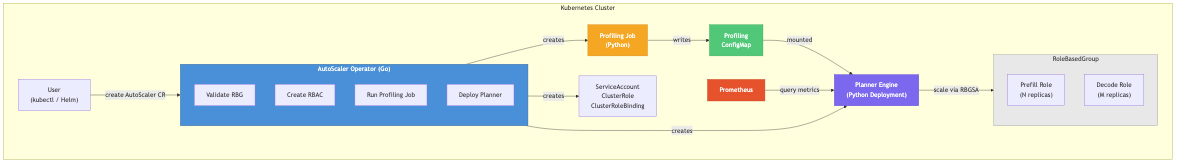
Before: docs/images/architecture.png, a diagram exported from Mermaid (rolebasedgroup/rbg-planner). Its source is kept beside it as docs/architecture.mmd. The source it was exported from:
```mermaid
graph TB
    subgraph Kubernetes Cluster
        User["User<br/>(kubectl / Helm)"] -->|"create AutoScaler CR"| Operator

        subgraph Operator["AutoScaler Operator (Go)"]
            Validate["Validate RBG"]
            RBAC["Create RBAC"]
            Profile["Run Profiling Job"]
            Deploy["Deploy Planner"]
        end

        Operator -->|"creates"| SA["ServiceAccount<br/>ClusterRole<br/>ClusterRoleBinding"]
        Operator -->|"creates"| PJ["Profiling Job<br/>(Python)"]
        PJ -->|"writes"| CM["Profiling<br/>ConfigMap"]
        Operator -->|"creates"| Planner["Planner Engine<br/>(Python Deployment)"]

        CM -->|"mounted"| Planner
        Prometheus["Prometheus"] -->|"query metrics"| Planner
        Planner -->|"scale via RBGSA"| RBG

        subgraph RBG["RoleBasedGroup"]
            Prefill["Prefill Role<br/>(N replicas)"]
            Decode["Decode Role<br/>(M replicas)"]
        end
    end

    style Operator fill:#4A90D9,stroke:#2C5F8A,color:#fff
    style Planner fill:#7B68EE,stroke:#5B48CE,color:#fff
    style PJ fill:#F5A623,stroke:#D4891A,color:#fff
    style CM fill:#50C878,stroke:#3AA85E,color:#fff
    style RBG fill:#E8E8E8,stroke:#999
    style Prometheus fill:#E6522C,stroke:#C4411E,color:#fff
```
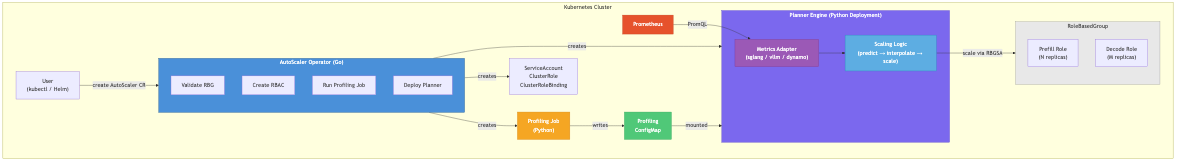
After the change.

The edit, as a diff of the source:
```diff
@@ -12,11 +12,17 @@
         Operator -->|"creates"| SA["ServiceAccount<br/>ClusterRole<br/>ClusterRoleBinding"]
         Operator -->|"creates"| PJ["Profiling Job<br/>(Python)"]
         PJ -->|"writes"| CM["Profiling<br/>ConfigMap"]
-        Operator -->|"creates"| Planner["Planner Engine<br/>(Python Deployment)"]
+        Operator -->|"creates"| PlannerDep
 
-        CM -->|"mounted"| Planner
-        Prometheus["Prometheus"] -->|"query metrics"| Planner
-        Planner -->|"scale via RBGSA"| RBG
+        subgraph PlannerDep["Planner Engine (Python Deployment)"]
+            Adapter["Metrics Adapter<br/>(sglang / vllm / dynamo)"]
+            Core["Scaling Logic<br/>(predict &rarr; interpolate &rarr; scale)"]
+            Adapter --> Core
+        end
+
+        CM -->|"mounted"| PlannerDep
+        Prometheus["Prometheus"] -->|"PromQL"| Adapter
+        Core -->|"scale via RBGSA"| RBG
 
         subgraph RBG["RoleBasedGroup"]
             Prefill["Prefill Role<br/>(N replicas)"]
@@ -25,7 +31,9 @@
     end
 
     style Operator fill:#4A90D9,stroke:#2C5F8A,color:#fff
-    style Planner fill:#7B68EE,stroke:#5B48CE,color:#fff
+    style PlannerDep fill:#7B68EE,stroke:#5B48CE,color:#fff
+    style Adapter fill:#9B59B6,stroke:#7D3C98,color:#fff
+    style Core fill:#5DADE2,stroke:#2E86C1,color:#fff
     style PJ fill:#F5A623,stroke:#D4891A,color:#fff
     style CM fill:#50C878,stroke:#3AA85E,color:#fff
     style RBG fill:#E8E8E8,stroke:#999
```
